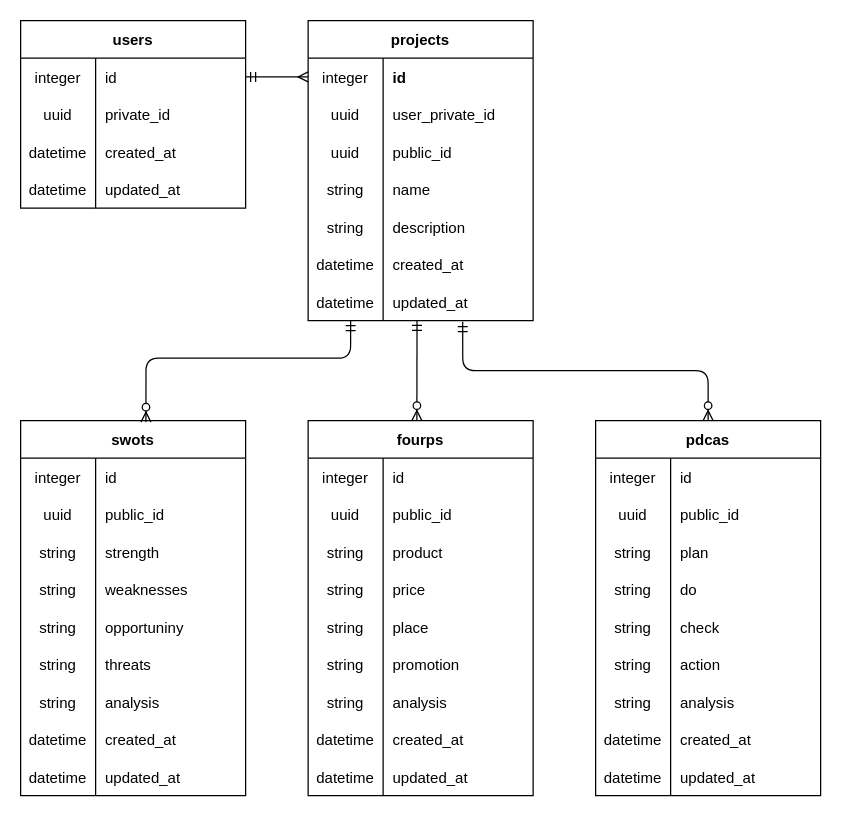
Above: er.dio in es-ki/Frameworkers (draw.io), before the change. Source tidied: cells renumbered, new cells numbered last; positions are measured from the earlier drawing's top-left corner, leaving out a move shared by most shapes. Both pictures are drawn from the tidied source at 125%, with x=0, y=0 at pixel (20, 20).
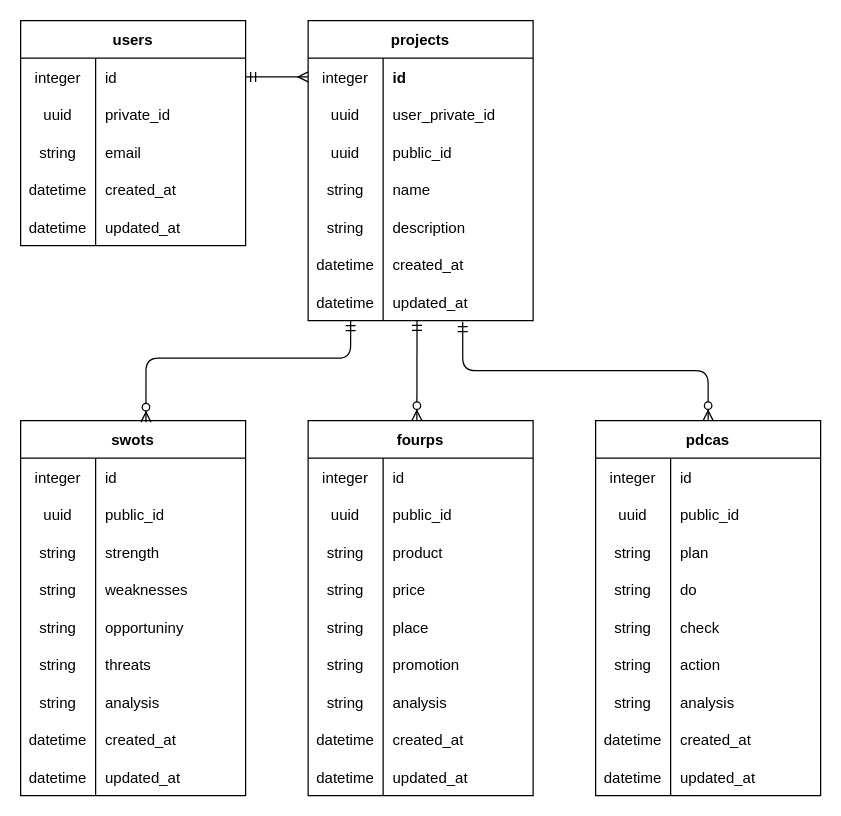
Above is the later version.

What changed in the source:
```diff
@@
     <mxCell id="2" value="users" style="shape=table;startSize=30;childLayout=tableLayout;rowLines=0;fontStyle=1;align=center;" parent="1" vertex="1">
-      <mxGeometry width="180" height="150" as="geometry" />
+      <mxGeometry width="180" height="180" as="geometry" />
     </mxCell>
@@
+    <mxCell id="125" style="shape=tableRow;horizontal=0;startSize=0;swimlaneHead=0;swimlaneBody=0;fillColor=none;top=0;left=0;right=0;bottom=0;" parent="2" vertex="1">
+      <mxGeometry y="90" width="180" height="30" as="geometry" />
+    </mxCell>
+    <mxCell id="126" value="string" style="shape=partialRectangle;fillColor=none;top=0;left=0;bottom=0;right=0;overflow=hidden;" parent="125" vertex="1">
+      <mxGeometry width="60" height="30" as="geometry" />
+    </mxCell>
+    <mxCell id="127" value="email" style="shape=partialRectangle;fillColor=none;top=0;left=0;bottom=0;right=0;align=left;spacingLeft=6;overflow=hidden;" parent="125" vertex="1">
+      <mxGeometry x="60" width="120" height="30" as="geometry" />
+    </mxCell>
     <mxCell id="9" style="shape=tableRow;horizontal=0;startSize=0;swimlaneHead=0;swimlaneBody=0;fillColor=none;top=0;left=0;right=0;bottom=0;" parent="2" vertex="1">
-      <mxGeometry y="90" width="180" height="30" as="geometry" />
+      <mxGeometry y="120" width="180" height="30" as="geometry" />
     </mxCell>
@@
     <mxCell id="12" style="shape=tableRow;horizontal=0;startSize=0;swimlaneHead=0;swimlaneBody=0;fillColor=none;top=0;left=0;right=0;bottom=0;" parent="2" vertex="1">
-      <mxGeometry y="120" width="180" height="30" as="geometry" />
+      <mxGeometry y="150" width="180" height="30" as="geometry" />
     </mxCell>
```
